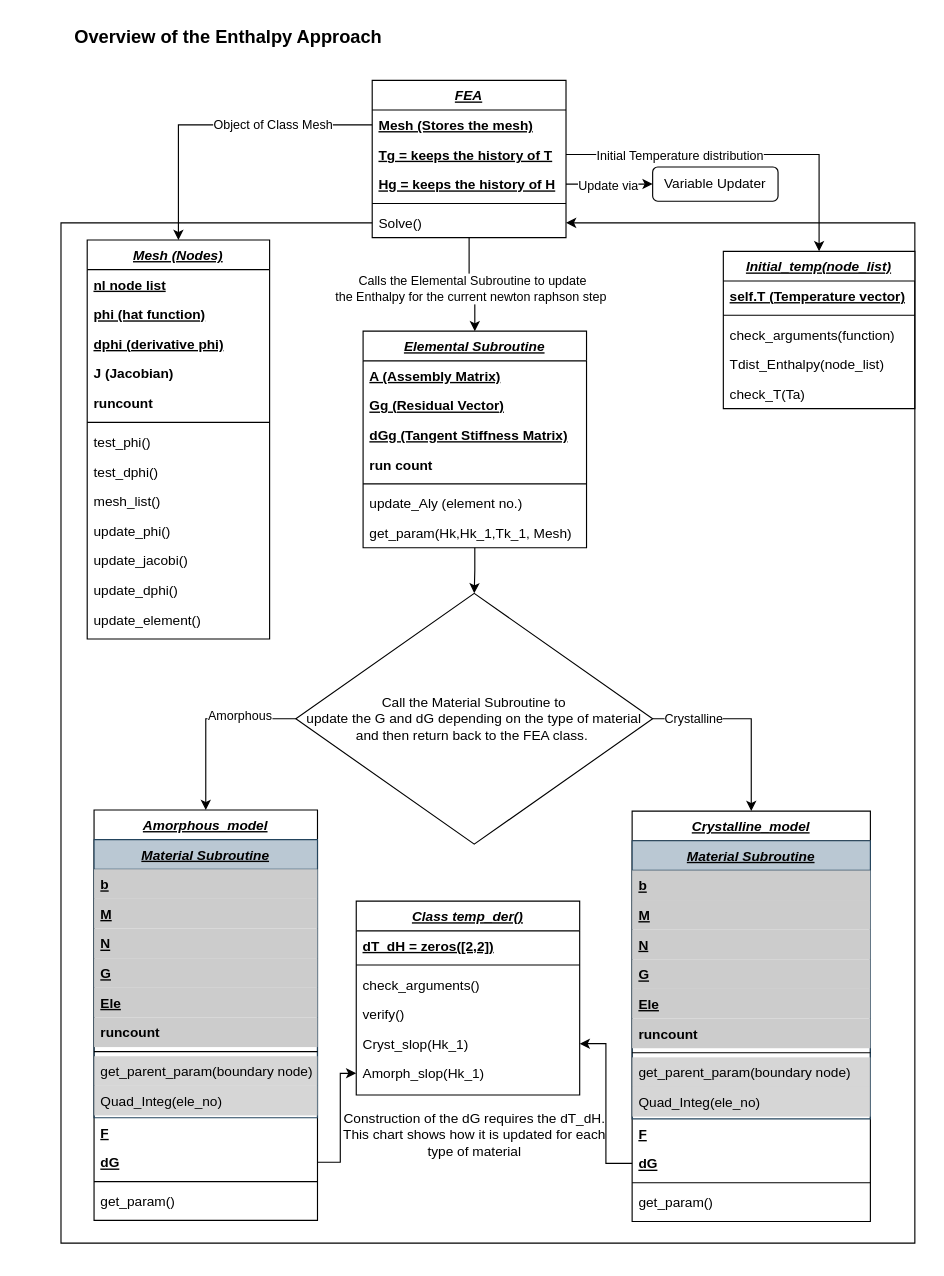
Earlier version of the draw.io diagram Over_View.drawio (okolekar/PPP). Source tidied: cells renumbered, new cells numbered last; positions are measured from the earlier drawing's top-left corner, leaving out a move shared by most shapes. Both pictures are drawn from the tidied source at 114%, with x=0, y=0 at pixel (19, 19).
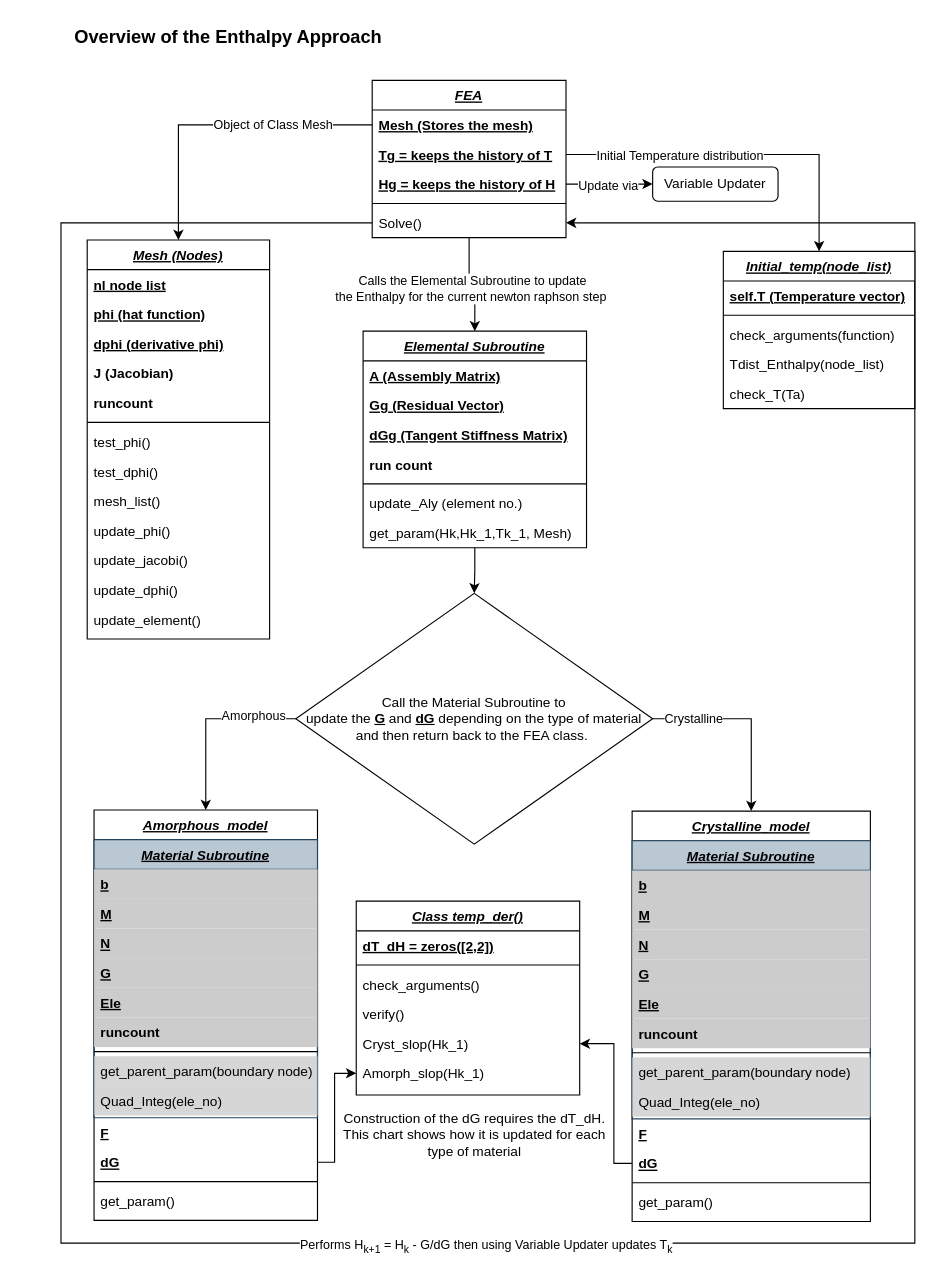
The same page after the edit.

The change refers to these unchanged cells:
```xml
<mxCell id="16" value="dG" style="text;align=left;verticalAlign=top;spacingLeft=4;spacingRight=4;overflow=hidden;points=[[0,0.5],[1,0.5]];portConstraint=eastwest;rounded=0;shadow=0;html=0;fontStyle=5;" parent="4" vertex="1">
  <mxGeometry y="296" width="196" height="26" as="geometry" />
</mxCell>
<mxCell id="40" value="dG" style="text;align=left;verticalAlign=top;spacingLeft=4;spacingRight=4;overflow=hidden;points=[[0,0.5],[1,0.5]];portConstraint=eastwest;rounded=0;shadow=0;html=0;fontStyle=5;" parent="28" vertex="1">
  <mxGeometry y="296" width="209" height="26" as="geometry" />
</mxCell>
<mxCell id="43" style="edgeStyle=orthogonalEdgeStyle;rounded=0;jettySize=auto;html=1;entryX=0.5;entryY=0;entryDx=0;entryDy=0;" parent="1" edge="1" source="47" target="4">
  <mxGeometry relative="1" as="geometry">
    <Array as="points">
      <mxPoint x="163" y="613" />
    </Array>
  </mxGeometry>
</mxCell>
<mxCell id="57" style="edgeStyle=orthogonalEdgeStyle;rounded=0;orthogonalLoop=1;jettySize=auto;html=1;exitX=0;exitY=0.5;exitDx=0;exitDy=0;entryX=1;entryY=0.5;entryDx=0;entryDy=0;" parent="51" edge="1" source="56" target="56">
  <mxGeometry relative="1" as="geometry">
    <Array as="points">
      <mxPoint x="-273" y="125" />
      <mxPoint x="-273" y="1020" />
      <mxPoint x="476" y="1020" />
      <mxPoint x="476" y="125" />
    </Array>
  </mxGeometry>
</mxCell>
<mxCell id="69" value="Cryst_slop(Hk_1)" style="text;align=left;verticalAlign=top;spacingLeft=4;spacingRight=4;overflow=hidden;points=[[0,0.5],[1,0.5]];portConstraint=eastwest;rounded=0;shadow=0;html=0;strokeColor=none;" parent="64" vertex="1">
  <mxGeometry y="112" width="196" height="26" as="geometry" />
</mxCell>
<mxCell id="70" value="Amorph_slop(Hk_1)" style="text;align=left;verticalAlign=top;spacingLeft=4;spacingRight=4;overflow=hidden;points=[[0,0.5],[1,0.5]];portConstraint=eastwest;rounded=0;shadow=0;html=0;" parent="64" vertex="1">
  <mxGeometry y="138" width="196" height="26" as="geometry" />
</mxCell>
```

Diff of the diagram source:
```diff
@@
     <mxCell id="44" value="Amorphous" style="edgeLabel;html=1;align=center;verticalAlign=middle;" parent="43" vertex="1">
-      <mxGeometry x="-0.37" y="-3" relative="1" as="geometry" />
+      <mxGeometry x="-0.37" y="-3" relative="1" as="geometry">
+        <mxPoint x="12" as="offset" />
+      </mxGeometry>
     </mxCell>
@@
-    <mxCell id="47" value="Call the Material Subroutine to &lt;br&gt;update the G and dG depending on the type of material and then return back to the FEA class.&amp;nbsp;" style="rhombus;whiteSpace=wrap;html=1;" parent="1" vertex="1">
+    <mxCell id="47" value="Call the Material Subroutine to &lt;br&gt;update the &lt;b&gt;&lt;u&gt;G&lt;/u&gt;&lt;/b&gt; and &lt;b&gt;&lt;u&gt;dG&lt;/u&gt;&lt;/b&gt; depending on the type of material and then return back to the FEA class.&amp;nbsp;" style="rhombus;whiteSpace=wrap;html=1;" parent="1" vertex="1">
       <mxGeometry x="242" y="503" width="313" height="220" as="geometry" />
     </mxCell>
@@
+    <mxCell id="93" value="Performs H&lt;sub&gt;k+1&lt;/sub&gt; = H&lt;sub&gt;k&lt;/sub&gt; - G/dG then using Variable Updater updates T&lt;sub&gt;k&lt;/sub&gt;" style="edgeLabel;html=1;align=center;verticalAlign=middle;" parent="57" vertex="1">
+      <mxGeometry x="-0.04" y="-2" relative="1" as="geometry">
+        <mxPoint x="43" y="1" as="offset" />
+      </mxGeometry>
+    </mxCell>
@@
     <mxCell id="71" style="edgeStyle=orthogonalEdgeStyle;rounded=0;jettySize=auto;html=1;entryX=0;entryY=0.5;entryDx=0;entryDy=0;" parent="1" edge="1" source="16" target="70">
       <mxGeometry relative="1" as="geometry">
         <Array as="points">
-          <mxPoint x="281" y="1002" />
-          <mxPoint x="281" y="924" />
+          <mxPoint x="276" y="1002" />
+          <mxPoint x="276" y="924" />
         </Array>
       </mxGeometry>
     </mxCell>
     <mxCell id="72" style="edgeStyle=orthogonalEdgeStyle;rounded=0;jettySize=auto;html=1;exitX=0;exitY=0.5;exitDx=0;exitDy=0;entryX=1;entryY=0.5;entryDx=0;entryDy=0;" parent="1" edge="1" source="40" target="69">
-      <mxGeometry relative="1" as="geometry" />
+      <mxGeometry relative="1" as="geometry">
+        <Array as="points">
+          <mxPoint x="521" y="1003" />
+          <mxPoint x="521" y="898" />
+        </Array>
+      </mxGeometry>
     </mxCell>
```
